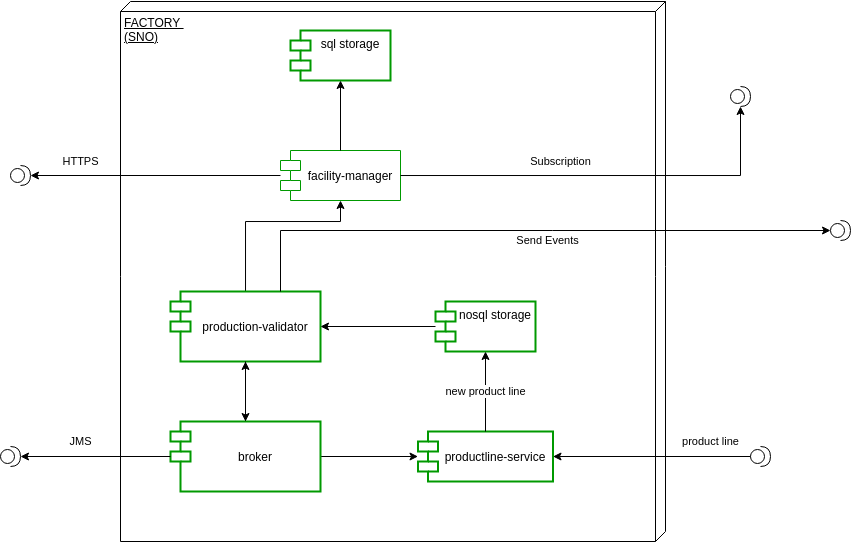
qiot-project/qiot-project.github.io keeps this draw.io diagram as assets/images/posts/usecase-manufacturing/architecture/factory.png. Above is the earlier version. Source tidied: cells renumbered, new cells last; positions are measured from the earlier drawing's top-left corner, leaving out a move shared by most shapes.
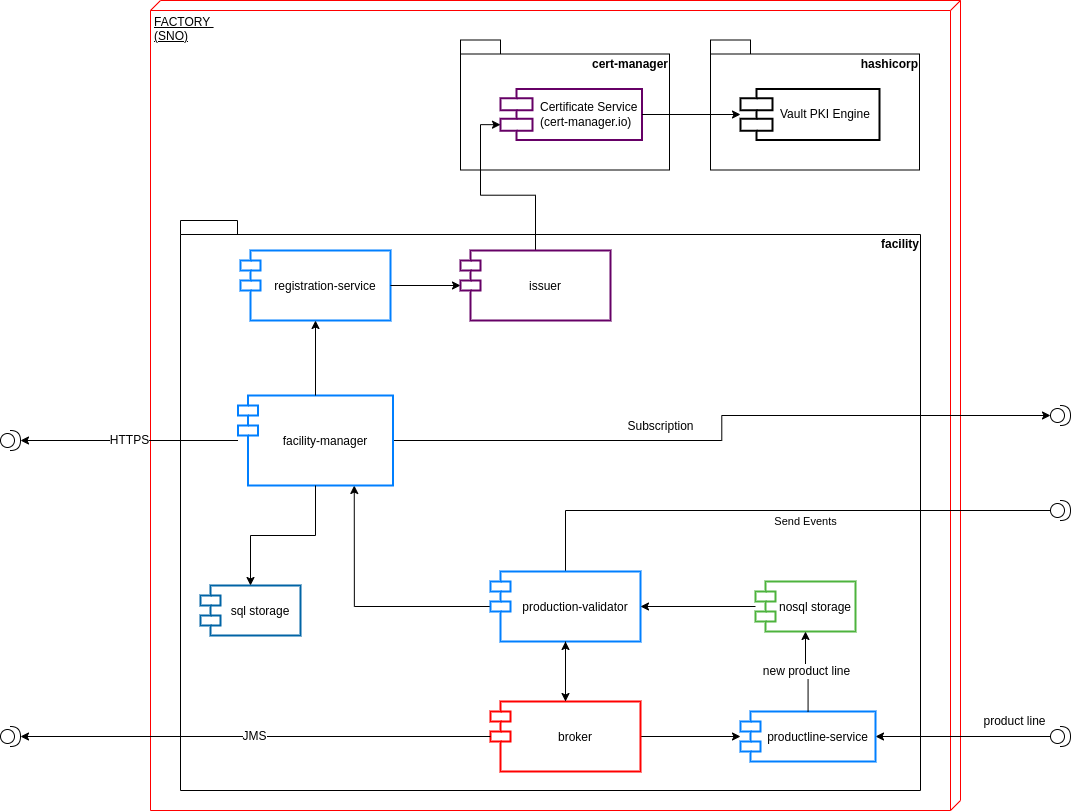
Above is the later version.

Diff of the diagram source:
```diff
@@ -2,104 +2,130 @@
   <root>
     <mxCell id="0" />
     <mxCell id="1" parent="0" />
-    <mxCell id="2" style="shape=providedRequiredInterface;html=1;verticalLabelPosition=bottom;verticalAlign=middle;" parent="1" vertex="1">
-      <mxGeometry x="750" y="445" width="20" height="20" as="geometry" />
-    </mxCell>
-    <mxCell id="3" style="shape=providedRequiredInterface;html=1;verticalLabelPosition=bottom;verticalAlign=middle;" parent="1" vertex="1">
-      <mxGeometry x="730" y="85" width="20" height="20" as="geometry" />
-    </mxCell>
-    <mxCell id="4" style="shape=providedRequiredInterface;html=1;verticalLabelPosition=bottom;verticalAlign=middle;" parent="1" vertex="1">
-      <mxGeometry x="830" y="219" width="20" height="20" as="geometry" />
-    </mxCell>
-    <mxCell id="5" style="group;strokeWidth=2;" parent="1" vertex="1">
-      <mxGeometry x="50" width="615" height="540" as="geometry" />
-    </mxCell>
-    <mxCell id="6" value="FACTORY &lt;br&gt;(SNO)" style="verticalAlign=top;align=left;spacingTop=8;spacingLeft=2;spacingRight=12;shape=cube;size=10;direction=south;fontStyle=4;html=1;" parent="5" vertex="1">
-      <mxGeometry x="70" width="545" height="540" as="geometry" />
+    <mxCell id="6" value="FACTORY &lt;br style=&quot;font-size: 12px;&quot;&gt;(SNO)" style="verticalAlign=top;align=left;spacingTop=8;spacingLeft=2;spacingRight=12;shape=cube;size=10;direction=south;fontStyle=4;html=1;fontSize=12;strokeColor=#FF0000;" parent="1" vertex="1">
+      <mxGeometry x="30" y="-102" width="810" height="810" as="geometry" />
     </mxCell>
+    <mxCell id="28" value="facility" style="shape=folder;fontStyle=1;spacingTop=10;tabWidth=40;tabHeight=14;tabPosition=left;html=1;verticalAlign=top;align=right;" parent="1" vertex="1">
+      <mxGeometry x="60" y="118" width="740" height="570" as="geometry" />
+    </mxCell>
+    <mxCell id="29" style="rounded=0;jettySize=auto;html=1;entryX=0.35;entryY=0.7;entryDx=0;entryDy=0;entryPerimeter=0;edgeStyle=orthogonalEdgeStyle;exitX=0.5;exitY=0;exitDx=0;exitDy=0;" parent="1" edge="1" source="9" target="32">
+      <mxGeometry relative="1" as="geometry">
+        <Array as="points">
+          <mxPoint x="445" y="408" />
+          <mxPoint x="937" y="408" />
+        </Array>
+      </mxGeometry>
+    </mxCell>
+    <mxCell id="21" value="Send Events" style="edgeLabel;html=1;align=center;verticalAlign=middle;" parent="29" vertex="1">
+      <mxGeometry x="0.03" y="-3" relative="1" as="geometry">
+        <mxPoint x="13" y="7" as="offset" />
+      </mxGeometry>
+    </mxCell>
+    <mxCell id="22" value="product line" style="edgeStyle=orthogonalEdgeStyle;rounded=0;jettySize=auto;html=1;fontSize=12;" parent="1" edge="1" source="30" target="7">
+      <mxGeometry x="-0.59" y="-15" relative="1" as="geometry" />
+    </mxCell>
+    <mxCell id="23" value="Subscription" style="edgeStyle=orthogonalEdgeStyle;rounded=0;jettySize=auto;html=1;fontSize=12;" parent="1" edge="1" source="17" target="31">
+      <mxGeometry x="-0.22" y="14" relative="1" as="geometry" />
+    </mxCell>
+    <mxCell id="30" style="shape=providedRequiredInterface;html=1;verticalLabelPosition=bottom;verticalAlign=middle;" parent="1" vertex="1">
+      <mxGeometry x="930" y="624" width="20" height="20" as="geometry" />
+    </mxCell>
+    <mxCell id="31" style="shape=providedRequiredInterface;html=1;verticalLabelPosition=bottom;verticalAlign=middle;" parent="1" vertex="1">
+      <mxGeometry x="930" y="303" width="20" height="20" as="geometry" />
+    </mxCell>
+    <mxCell id="32" style="shape=providedRequiredInterface;html=1;verticalLabelPosition=bottom;verticalAlign=middle;" parent="1" vertex="1">
+      <mxGeometry x="930" y="398" width="20" height="20" as="geometry" />
+    </mxCell>
-    <mxCell id="7" value="productline-service" style="shape=module;align=left;spacingLeft=20;align=center;verticalAlign=middle;strokeColor=#009900;strokeWidth=2;" parent="5" vertex="1">
-      <mxGeometry x="367.5" y="430" width="135" height="50" as="geometry" />
+    <mxCell id="7" value="productline-service" style="shape=module;align=left;spacingLeft=20;align=center;verticalAlign=middle;strokeColor=#007FFF;strokeWidth=2;fontSize=12;" parent="1" vertex="1">
+      <mxGeometry x="620" y="609" width="135" height="50" as="geometry" />
     </mxCell>
-    <mxCell id="8" style="edgeStyle=orthogonalEdgeStyle;rounded=0;jettySize=auto;html=1;" parent="5" edge="1" source="9" target="17">
-      <mxGeometry relative="1" as="geometry">
-        <Array as="points">
-          <mxPoint x="195" y="220" />
-          <mxPoint x="290" y="220" />
-        </Array>
-      </mxGeometry>
+    <mxCell id="8" style="rounded=0;jettySize=auto;html=1;entryX=0.75;entryY=1;entryDx=0;entryDy=0;edgeStyle=orthogonalEdgeStyle;" parent="1" edge="1" source="9" target="17">
+      <mxGeometry relative="1" as="geometry" />
     </mxCell>
-    <mxCell id="9" value="production-validator" style="shape=module;align=left;spacingLeft=20;align=center;verticalAlign=middle;strokeColor=#009900;strokeWidth=2;" parent="5" vertex="1">
-      <mxGeometry x="120" y="290" width="150" height="70" as="geometry" />
+    <mxCell id="9" value="production-validator" style="shape=module;align=left;spacingLeft=20;align=center;verticalAlign=middle;strokeColor=#007FFF;strokeWidth=2;fontSize=12;" parent="1" vertex="1">
+      <mxGeometry x="370" y="469" width="150" height="70" as="geometry" />
     </mxCell>
-    <mxCell id="10" style="edgeStyle=orthogonalEdgeStyle;rounded=0;jettySize=auto;html=1;" parent="5" edge="1" source="12" target="9">
+    <mxCell id="10" style="edgeStyle=orthogonalEdgeStyle;rounded=0;jettySize=auto;html=1;" parent="1" edge="1" source="12" target="9">
       <mxGeometry relative="1" as="geometry">
         <Array as="points">
-          <mxPoint x="175" y="330" />
-          <mxPoint x="175" y="330" />
+          <mxPoint x="425" y="538" />
+          <mxPoint x="425" y="538" />
         </Array>
       </mxGeometry>
     </mxCell>
-    <mxCell id="11" style="edgeStyle=orthogonalEdgeStyle;rounded=0;jettySize=auto;html=1;" parent="5" edge="1" source="12" target="7">
+    <mxCell id="11" style="edgeStyle=orthogonalEdgeStyle;rounded=0;jettySize=auto;html=1;" parent="1" edge="1" source="12" target="7">
       <mxGeometry relative="1" as="geometry" />
     </mxCell>
-    <mxCell id="12" value="broker" style="shape=module;align=left;spacingLeft=20;align=center;verticalAlign=middle;strokeColor=#009900;strokeWidth=2;" parent="5" vertex="1">
-      <mxGeometry x="120" y="420" width="150" height="70" as="geometry" />
+    <mxCell id="12" value="broker" style="shape=module;align=left;spacingLeft=20;align=center;verticalAlign=middle;strokeColor=#FF0000;strokeWidth=2;fontSize=12;" parent="1" vertex="1">
+      <mxGeometry x="370" y="599" width="150" height="70" as="geometry" />
     </mxCell>
-    <mxCell id="13" style="edgeStyle=orthogonalEdgeStyle;rounded=0;jettySize=auto;html=1;" parent="5" edge="1" source="9" target="12">
+    <mxCell id="13" style="edgeStyle=orthogonalEdgeStyle;rounded=0;jettySize=auto;html=1;" parent="1" edge="1" source="9" target="12">
       <mxGeometry relative="1" as="geometry">
         <Array as="points">
-          <mxPoint x="220" y="300" />
-          <mxPoint x="220" y="300" />
+          <mxPoint x="470" y="508" />
+          <mxPoint x="470" y="508" />
         </Array>
       </mxGeometry>
     </mxCell>
+    <mxCell id="33" style="shape=providedRequiredInterface;html=1;verticalLabelPosition=bottom;verticalAlign=middle;" parent="1" vertex="1">
+      <mxGeometry x="-120" y="624" width="20" height="20" as="geometry" />
+    </mxCell>
+    <mxCell id="25" value="JMS" style="edgeStyle=orthogonalEdgeStyle;rounded=0;jettySize=auto;html=1;fontSize=12;" parent="1" edge="1" source="12" target="33">
+      <mxGeometry relative="1" as="geometry" />
+    </mxCell>
-    <mxCell id="14" style="edgeStyle=orthogonalEdgeStyle;rounded=0;jettySize=auto;html=1;" parent="5" edge="1" source="15" target="9">
+    <mxCell id="14" style="edgeStyle=orthogonalEdgeStyle;rounded=0;jettySize=auto;html=1;" parent="1" edge="1" source="15" target="9">
       <mxGeometry relative="1" as="geometry" />
     </mxCell>
-    <mxCell id="15" value="nosql storage" style="shape=module;align=left;spacingLeft=20;align=center;verticalAlign=top;strokeColor=#009900;strokeWidth=2;" parent="5" vertex="1">
-      <mxGeometry x="385" y="300" width="100" height="50" as="geometry" />
+    <mxCell id="15" value="nosql storage" style="shape=module;align=center;spacingLeft=20;align=center;verticalAlign=middle;strokeColor=#4DB33D;strokeWidth=2;fontSize=12;" parent="1" vertex="1">
+      <mxGeometry x="635" y="479" width="100" height="50" as="geometry" />
     </mxCell>
-    <mxCell id="16" value="new product line" style="edgeStyle=orthogonalEdgeStyle;rounded=0;jettySize=auto;html=1;" parent="5" edge="1" source="7" target="15">
+    <mxCell id="16" value="new product line" style="edgeStyle=orthogonalEdgeStyle;rounded=0;jettySize=auto;html=1;fontSize=12;" parent="1" edge="1" source="7" target="15">
       <mxGeometry relative="1" as="geometry" />
     </mxCell>
-    <mxCell id="17" value="facility-manager" style="shape=module;align=left;spacingLeft=20;align=center;verticalAlign=middle;strokeColor=#009900;" parent="5" vertex="1">
-      <mxGeometry x="230" y="149" width="120" height="50" as="geometry" />
+    <mxCell id="17" value="facility-manager" style="shape=module;align=left;spacingLeft=20;align=center;verticalAlign=middle;strokeColor=#007FFF;fontSize=12;strokeWidth=2;" parent="1" vertex="1">
+      <mxGeometry x="117.5" y="293" width="155" height="90" as="geometry" />
     </mxCell>
+    <mxCell id="34" style="shape=providedRequiredInterface;html=1;verticalLabelPosition=bottom;verticalAlign=middle;" parent="1" vertex="1">
+      <mxGeometry x="-120" y="328" width="20" height="20" as="geometry" />
+    </mxCell>
+    <mxCell id="27" value="HTTPS" style="edgeStyle=orthogonalEdgeStyle;rounded=0;jettySize=auto;html=1;entryX=1;entryY=0.5;entryDx=0;entryDy=0;entryPerimeter=0;fontSize=12;" parent="1" edge="1" source="17" target="34">
+      <mxGeometry relative="1" as="geometry" />
+    </mxCell>
-    <mxCell id="18" value="sql storage" style="shape=module;align=left;spacingLeft=20;align=center;verticalAlign=top;strokeColor=#009900;strokeWidth=2;" parent="5" vertex="1">
-      <mxGeometry x="240" y="29" width="100" height="50" as="geometry" />
+    <mxCell id="18" value="sql storage" style="shape=module;align=left;spacingLeft=20;align=center;verticalAlign=middle;strokeColor=#0064a5;strokeWidth=2;fontSize=12;" parent="1" vertex="1">
+      <mxGeometry x="80" y="483" width="100" height="50" as="geometry" />
     </mxCell>
-    <mxCell id="19" style="rounded=0;jettySize=auto;html=1;edgeStyle=orthogonalEdgeStyle;" parent="5" edge="1" source="17" target="18">
+    <mxCell id="19" style="rounded=0;jettySize=auto;html=1;edgeStyle=orthogonalEdgeStyle;" parent="1" edge="1" source="17" target="18">
       <mxGeometry relative="1" as="geometry" />
     </mxCell>
-    <mxCell id="20" style="edgeStyle=orthogonalEdgeStyle;rounded=0;jettySize=auto;html=1;" parent="1" edge="1" source="9" target="4">
-      <mxGeometry relative="1" as="geometry">
-        <Array as="points">
-          <mxPoint x="280" y="229" />
-        </Array>
-      </mxGeometry>
-    </mxCell>
-    <mxCell id="21" value="Send Events" style="edgeLabel;html=1;align=center;verticalAlign=middle;" parent="20" vertex="1">
-      <mxGeometry x="0.03" y="-3" relative="1" as="geometry">
-        <mxPoint x="13" y="7" as="offset" />
-      </mxGeometry>
-    </mxCell>
-    <mxCell id="22" value="product line" style="edgeStyle=orthogonalEdgeStyle;rounded=0;jettySize=auto;html=1;" parent="1" edge="1" source="2" target="7">
-      <mxGeometry x="-0.59" y="-15" relative="1" as="geometry" />
-    </mxCell>
-    <mxCell id="23" value="Subscription" style="edgeStyle=orthogonalEdgeStyle;rounded=0;jettySize=auto;html=1;" parent="1" edge="1" source="17" target="3">
-      <mxGeometry x="-0.22" y="14" relative="1" as="geometry" />
-    </mxCell>
-    <mxCell id="24" style="shape=providedRequiredInterface;html=1;verticalLabelPosition=bottom;verticalAlign=middle;" parent="1" vertex="1">
-      <mxGeometry y="445" width="20" height="20" as="geometry" />
-    </mxCell>
-    <mxCell id="25" value="JMS" style="edgeStyle=orthogonalEdgeStyle;rounded=0;jettySize=auto;html=1;" parent="1" edge="1" source="12" target="24">
-      <mxGeometry x="0.2" y="-15" relative="1" as="geometry" />
-    </mxCell>
-    <mxCell id="26" style="shape=providedRequiredInterface;html=1;verticalLabelPosition=bottom;verticalAlign=middle;" parent="1" vertex="1">
-      <mxGeometry x="10" y="164" width="20" height="20" as="geometry" />
-    </mxCell>
-    <mxCell id="27" value="HTTPS" style="edgeStyle=orthogonalEdgeStyle;rounded=0;jettySize=auto;html=1;entryX=1;entryY=0.5;entryDx=0;entryDy=0;entryPerimeter=0;" parent="1" edge="1" source="17" target="26">
-      <mxGeometry x="0.6" y="-14" relative="1" as="geometry" />
-    </mxCell>
+    <mxCell id="35" value="cert-manager" style="shape=folder;fontStyle=1;spacingTop=10;tabWidth=40;tabHeight=14;tabPosition=left;html=1;verticalAlign=top;align=right;" parent="1" vertex="1">
+      <mxGeometry x="340" y="-62.5" width="209" height="130" as="geometry" />
+    </mxCell>
+    <mxCell id="36" value="&lt;blockquote style=&quot;margin: 0px 0px 0px 40px; border: none; padding: 0px; font-size: 12px;&quot;&gt;  Certificate Service&lt;/blockquote&gt;&lt;blockquote style=&quot;margin: 0px 0px 0px 40px; border: none; padding: 0px; font-size: 12px;&quot;&gt;(cert-manager.io)&lt;/blockquote&gt;" style="html=1;overflow=block;whiteSpace=wrap;shape=component;align=left;spacingLeft=36;whiteSpace=wrap;fontSize=12;fontColor=#000000;spacing=0;strokeOpacity=100;strokeColor=#660066;strokeWidth=2;" parent="1" vertex="1">
+      <mxGeometry x="380" y="-13.5" width="141.5" height="51" as="geometry" />
+    </mxCell>
+    <mxCell id="37" value="hashicorp" style="shape=folder;fontStyle=1;spacingTop=10;tabWidth=40;tabHeight=14;tabPosition=left;html=1;verticalAlign=top;align=right;" parent="1" vertex="1">
+      <mxGeometry x="590" y="-62.5" width="209" height="130" as="geometry" />
+    </mxCell>
+    <mxCell id="38" value="&lt;blockquote style=&quot;margin: 0px 0px 0px 40px; border: none; padding: 0px; font-size: 12px;&quot;&gt;Vault PKI Engine&lt;/blockquote&gt;" style="html=1;overflow=block;whiteSpace=wrap;shape=component;align=left;spacingLeft=36;whiteSpace=wrap;fontSize=12;fontColor=#000000;spacing=0;strokeOpacity=100;strokeWidth=2;" parent="1" vertex="1">
+      <mxGeometry x="620" y="-13.5" width="139" height="51" as="geometry" />
+    </mxCell>
+    <mxCell id="39" value="registration-service" style="shape=module;align=left;spacingLeft=20;align=center;verticalAlign=middle;strokeColor=#007FFF;fontSize=12;strokeWidth=2;" parent="1" vertex="1">
+      <mxGeometry x="120" y="148" width="150" height="70" as="geometry" />
+    </mxCell>
+    <mxCell id="40" style="edgeStyle=orthogonalEdgeStyle;rounded=0;jettySize=auto;html=1;" parent="1" edge="1" source="39" target="43">
+      <mxGeometry relative="1" as="geometry" />
+    </mxCell>
+    <mxCell id="41" style="edgeStyle=orthogonalEdgeStyle;rounded=0;jettySize=auto;html=1;" parent="1" edge="1" source="17" target="39">
+      <mxGeometry relative="1" as="geometry" />
+    </mxCell>
+    <mxCell id="42" style="edgeStyle=orthogonalEdgeStyle;rounded=0;jettySize=auto;html=1;exitX=0.5;exitY=0;exitDx=0;exitDy=0;entryX=0;entryY=0.7;entryDx=0;entryDy=0;" parent="1" edge="1" source="43" target="36">
+      <mxGeometry relative="1" as="geometry" />
+    </mxCell>
+    <mxCell id="43" value="issuer" style="shape=module;align=left;spacingLeft=20;align=center;verticalAlign=middle;strokeColor=#660066;fontSize=12;strokeWidth=2;" parent="1" vertex="1">
+      <mxGeometry x="340" y="148" width="150" height="70" as="geometry" />
+    </mxCell>
+    <mxCell id="44" style="edgeStyle=orthogonalEdgeStyle;rounded=0;jettySize=auto;html=1;fontSize=12;" parent="1" edge="1" source="36" target="38">
+      <mxGeometry relative="1" as="geometry" />
+    </mxCell>
   </root>
 </mxGraphModel>
```
